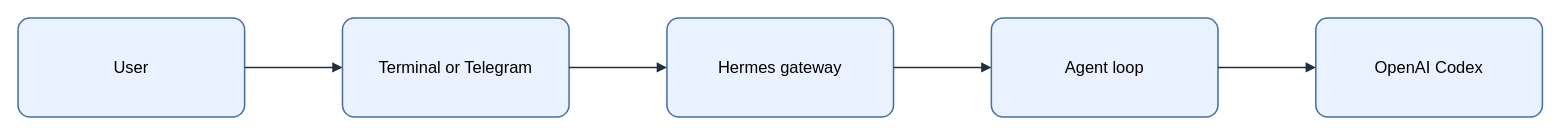
The draw.io diagram assets/img/ai/hermes-wsl2-agent-flow.drawio in KKamJi98/kkamji98.github.io, before the edit. Source tidied: cells renumbered, new cells numbered last; positions are measured from the earlier drawing's top-left corner, leaving out a move shared by most shapes. Both pictures are drawn from the tidied source at 103%, with x=0, y=0 at pixel (18, 18).
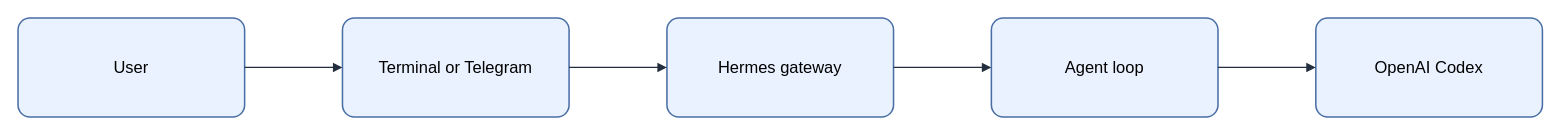
The same diagram, later.

Diff of the diagram source:
```diff
@@
 <mxGraphModel background="#FFFFFF">
   <root>
     <mxCell id="0" />
     <mxCell id="1" parent="0" />
-    <mxCell id="2" value="&lt;font style=&quot;color: rgb(0, 0, 0);&quot;&gt;User&lt;/font&gt;" style="rounded=1;arcSize=12;whiteSpace=wrap;html=1;fillColor=#EAF2FF;strokeColor=#4A6FA5;strokeWidth=1.5;fontColor=#000000;fontSize=16;align=center;verticalAlign=middle;spacing=8;shadow=0;" parent="1" vertex="1">
+    <mxCell id="2" value="User" style="rounded=1;arcSize=12;whiteSpace=wrap;html=0;fillColor=#EAF2FF;strokeColor=#4A6FA5;strokeWidth=1.5;fontColor=#000000;fontSize=16;align=center;verticalAlign=middle;spacing=8;shadow=0;" parent="1" vertex="1">
       <mxGeometry width="220" height="96" as="geometry" />
     </mxCell>
-    <mxCell id="3" value="&lt;font style=&quot;color: rgb(0, 0, 0);&quot;&gt;Terminal or Telegram&lt;/font&gt;" style="rounded=1;arcSize=12;whiteSpace=wrap;html=1;fillColor=#EAF2FF;strokeColor=#4A6FA5;strokeWidth=1.5;fontColor=#000000;fontSize=16;align=center;verticalAlign=middle;spacing=8;shadow=0;" parent="1" vertex="1">
+    <mxCell id="3" value="Terminal or Telegram" style="rounded=1;arcSize=12;whiteSpace=wrap;html=0;fillColor=#EAF2FF;strokeColor=#4A6FA5;strokeWidth=1.5;fontColor=#000000;fontSize=16;align=center;verticalAlign=middle;spacing=8;shadow=0;" parent="1" vertex="1">
       <mxGeometry x="315" width="220" height="96" as="geometry" />
     </mxCell>
-    <mxCell id="4" value="&lt;font style=&quot;color: rgb(0, 0, 0);&quot;&gt;Hermes gateway&lt;/font&gt;" style="rounded=1;arcSize=12;whiteSpace=wrap;html=1;fillColor=#EAF2FF;strokeColor=#4A6FA5;strokeWidth=1.5;fontColor=#000000;fontSize=16;align=center;verticalAlign=middle;spacing=8;shadow=0;" parent="1" vertex="1">
+    <mxCell id="4" value="Hermes gateway" style="rounded=1;arcSize=12;whiteSpace=wrap;html=0;fillColor=#EAF2FF;strokeColor=#4A6FA5;strokeWidth=1.5;fontColor=#000000;fontSize=16;align=center;verticalAlign=middle;spacing=8;shadow=0;" parent="1" vertex="1">
       <mxGeometry x="630" width="220" height="96" as="geometry" />
     </mxCell>
-    <mxCell id="5" value="&lt;font style=&quot;color: rgb(0, 0, 0);&quot;&gt;Agent loop&lt;/font&gt;" style="rounded=1;arcSize=12;whiteSpace=wrap;html=1;fillColor=#EAF2FF;strokeColor=#4A6FA5;strokeWidth=1.5;fontColor=#000000;fontSize=16;align=center;verticalAlign=middle;spacing=8;shadow=0;" parent="1" vertex="1">
+    <mxCell id="5" value="Agent loop" style="rounded=1;arcSize=12;whiteSpace=wrap;html=0;fillColor=#EAF2FF;strokeColor=#4A6FA5;strokeWidth=1.5;fontColor=#000000;fontSize=16;align=center;verticalAlign=middle;spacing=8;shadow=0;" parent="1" vertex="1">
       <mxGeometry x="945" width="220" height="96" as="geometry" />
     </mxCell>
-    <mxCell id="6" value="&lt;font style=&quot;color: rgb(0, 0, 0);&quot;&gt;OpenAI Codex&lt;/font&gt;" style="rounded=1;arcSize=12;whiteSpace=wrap;html=1;fillColor=#EAF2FF;strokeColor=#4A6FA5;strokeWidth=1.5;fontColor=#000000;fontSize=16;align=center;verticalAlign=middle;spacing=8;shadow=0;" parent="1" vertex="1">
+    <mxCell id="6" value="OpenAI Codex" style="rounded=1;arcSize=12;whiteSpace=wrap;html=0;fillColor=#EAF2FF;strokeColor=#4A6FA5;strokeWidth=1.5;fontColor=#000000;fontSize=16;align=center;verticalAlign=middle;spacing=8;shadow=0;" parent="1" vertex="1">
       <mxGeometry x="1260" width="220" height="96" as="geometry" />
     </mxCell>
-    <mxCell id="7" style="edgeStyle=orthogonalEdgeStyle;rounded=0;jettySize=auto;html=1;endArrow=block;endFill=1;strokeColor=#232F3E;strokeWidth=1.5;fontColor=#000000;labelBackgroundColor=none;exitX=1;exitY=0.5;exitDx=0;exitDy=0;entryX=0;entryY=0.5;entryDx=0;entryDy=0;" parent="1" edge="1" source="2" target="3">
+    <mxCell id="7" style="edgeStyle=orthogonalEdgeStyle;rounded=0;jettySize=auto;html=0;endArrow=block;endFill=1;strokeColor=#232F3E;strokeWidth=1.25;fontColor=#000000;labelBackgroundColor=none;exitX=1;exitY=0.5;exitDx=0;exitDy=0;entryX=0;entryY=0.5;entryDx=0;entryDy=0;" parent="1" edge="1" source="2" target="3">
       <mxGeometry relative="1" as="geometry" />
     </mxCell>
-    <mxCell id="8" style="edgeStyle=orthogonalEdgeStyle;rounded=0;jettySize=auto;html=1;endArrow=block;endFill=1;strokeColor=#232F3E;strokeWidth=1.5;fontColor=#000000;labelBackgroundColor=none;exitX=1;exitY=0.5;exitDx=0;exitDy=0;entryX=0;entryY=0.5;entryDx=0;entryDy=0;" parent="1" edge="1" source="3" target="4">
+    <mxCell id="8" style="edgeStyle=orthogonalEdgeStyle;rounded=0;jettySize=auto;html=0;endArrow=block;endFill=1;strokeColor=#232F3E;strokeWidth=1.25;fontColor=#000000;labelBackgroundColor=none;exitX=1;exitY=0.5;exitDx=0;exitDy=0;entryX=0;entryY=0.5;entryDx=0;entryDy=0;" parent="1" edge="1" source="3" target="4">
       <mxGeometry relative="1" as="geometry" />
     </mxCell>
-    <mxCell id="9" style="edgeStyle=orthogonalEdgeStyle;rounded=0;jettySize=auto;html=1;endArrow=block;endFill=1;strokeColor=#232F3E;strokeWidth=1.5;fontColor=#000000;labelBackgroundColor=none;exitX=1;exitY=0.5;exitDx=0;exitDy=0;entryX=0;entryY=0.5;entryDx=0;entryDy=0;" parent="1" edge="1" source="4" target="5">
+    <mxCell id="9" style="edgeStyle=orthogonalEdgeStyle;rounded=0;jettySize=auto;html=0;endArrow=block;endFill=1;strokeColor=#232F3E;strokeWidth=1.25;fontColor=#000000;labelBackgroundColor=none;exitX=1;exitY=0.5;exitDx=0;exitDy=0;entryX=0;entryY=0.5;entryDx=0;entryDy=0;" parent="1" edge="1" source="4" target="5">
       <mxGeometry relative="1" as="geometry" />
     </mxCell>
-    <mxCell id="10" style="edgeStyle=orthogonalEdgeStyle;rounded=0;jettySize=auto;html=1;endArrow=block;endFill=1;strokeColor=#232F3E;strokeWidth=1.5;fontColor=#000000;labelBackgroundColor=none;exitX=1;exitY=0.5;exitDx=0;exitDy=0;entryX=0;entryY=0.5;entryDx=0;entryDy=0;" parent="1" edge="1" source="5" target="6">
+    <mxCell id="10" style="edgeStyle=orthogonalEdgeStyle;rounded=0;jettySize=auto;html=0;endArrow=block;endFill=1;strokeColor=#232F3E;strokeWidth=1.25;fontColor=#000000;labelBackgroundColor=none;exitX=1;exitY=0.5;exitDx=0;exitDy=0;entryX=0;entryY=0.5;entryDx=0;entryDy=0;" parent="1" edge="1" source="5" target="6">
       <mxGeometry relative="1" as="geometry" />
     </mxCell>
   </root>
 </mxGraphModel>
```
